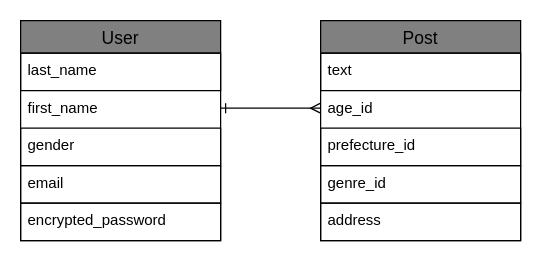
The draw.io diagram test.dio in Yurika-1016/gourmet-discovery-app-33991, before the edit. Source tidied: cells renumbered, new cells numbered last; positions are measured from the earlier drawing's top-left corner, leaving out a move shared by most shapes. Both pictures are drawn from the tidied source at 125%, with x=0, y=0 at pixel (20, 20).
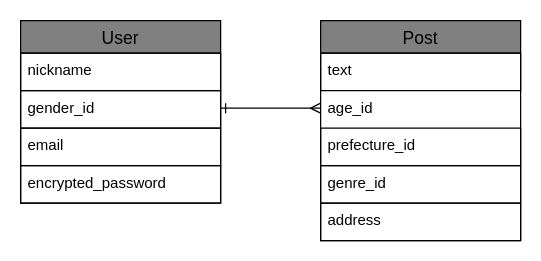
The same diagram, later.

Diff of the diagram source:
```diff
@@
 <mxGraphModel background="#ffffff">
   <root>
     <mxCell id="0" />
     <mxCell id="1" parent="0" />
     <mxCell id="2" value="User" style="swimlane;fontStyle=0;horizontal=1;startSize=26;align=center;fontSize=14;labelBackgroundColor=none;labelBorderColor=none;fontColor=#000000;rounded=0;swimlaneLine=1;strokeColor=#000000;fillColor=#808080;" parent="1" vertex="1">
-      <mxGeometry width="160" height="176" as="geometry" />
+      <mxGeometry width="160" height="146" as="geometry" />
     </mxCell>
-    <mxCell id="3" value="last_name" style="text;fillColor=none;spacingLeft=4;spacingRight=4;overflow=hidden;fontSize=12;strokeColor=#000000;fontColor=#000000;" parent="2" vertex="1">
+    <mxCell id="3" value="nickname" style="text;fillColor=none;spacingLeft=4;spacingRight=4;overflow=hidden;fontSize=12;strokeColor=#000000;fontColor=#000000;" parent="2" vertex="1">
       <mxGeometry y="26" width="160" height="30" as="geometry" />
     </mxCell>
-    <mxCell id="4" value="first_name" style="text;strokeColor=none;fillColor=none;spacingLeft=4;spacingRight=4;overflow=hidden;fontSize=12;fontColor=#000000;labelBackgroundColor=none;" parent="2" vertex="1">
-      <mxGeometry y="56" width="160" height="30" as="geometry" />
-    </mxCell>
-    <mxCell id="5" value="gender" style="text;fillColor=none;spacingLeft=4;spacingRight=4;overflow=hidden;fontSize=12;fontColor=#000000;strokeColor=#000000;" parent="2" vertex="1">
-      <mxGeometry y="86" width="160" height="30" as="geometry" />
+    <mxCell id="5" value="gender_id" style="text;fillColor=none;spacingLeft=4;spacingRight=4;overflow=hidden;fontSize=12;fontColor=#000000;strokeColor=#000000;" parent="2" vertex="1">
+      <mxGeometry y="56" width="160" height="30" as="geometry" />
     </mxCell>
     <mxCell id="6" value="email" style="text;fillColor=none;spacingLeft=4;spacingRight=4;overflow=hidden;fontSize=12;fontColor=#000000;strokeColor=#000000;" parent="2" vertex="1">
-      <mxGeometry y="116" width="160" height="30" as="geometry" />
+      <mxGeometry y="86" width="160" height="30" as="geometry" />
     </mxCell>
     <mxCell id="7" value="encrypted_password" style="text;fillColor=none;spacingLeft=4;spacingRight=4;overflow=hidden;fontSize=12;fontColor=#000000;strokeColor=#000000;" parent="2" vertex="1">
-      <mxGeometry y="146" width="160" height="30" as="geometry" />
+      <mxGeometry y="116" width="160" height="30" as="geometry" />
     </mxCell>
     <mxCell id="8" value="Post" style="swimlane;fontStyle=0;horizontal=1;startSize=26;align=center;fontSize=14;labelBackgroundColor=none;labelBorderColor=none;fontColor=#000000;rounded=0;swimlaneLine=1;strokeColor=#000000;fillColor=#808080;" parent="1" vertex="1">
       <mxGeometry x="240" width="160" height="176" as="geometry" />
     </mxCell>
     <mxCell id="9" value="text" style="text;fillColor=none;spacingLeft=4;spacingRight=4;overflow=hidden;fontSize=12;strokeColor=#000000;fontColor=#000000;" parent="8" vertex="1">
       <mxGeometry y="26" width="160" height="30" as="geometry" />
     </mxCell>
     <mxCell id="10" value="age_id" style="text;strokeColor=none;fillColor=none;spacingLeft=4;spacingRight=4;overflow=hidden;fontSize=12;fontColor=#000000;labelBackgroundColor=none;" parent="8" vertex="1">
       <mxGeometry y="56" width="160" height="30" as="geometry" />
     </mxCell>
     <mxCell id="11" value="prefecture_id" style="text;fillColor=none;spacingLeft=4;spacingRight=4;overflow=hidden;fontSize=12;fontColor=#000000;strokeColor=#000000;" parent="8" vertex="1">
       <mxGeometry y="86" width="160" height="30" as="geometry" />
     </mxCell>
     <mxCell id="12" value="genre_id" style="text;fillColor=none;spacingLeft=4;spacingRight=4;overflow=hidden;fontSize=12;fontColor=#000000;strokeColor=#000000;" parent="8" vertex="1">
       <mxGeometry y="116" width="160" height="30" as="geometry" />
     </mxCell>
     <mxCell id="13" value="address" style="text;fillColor=none;spacingLeft=4;spacingRight=4;overflow=hidden;fontSize=12;fontColor=#000000;strokeColor=#000000;" parent="8" vertex="1">
       <mxGeometry y="146" width="160" height="30" as="geometry" />
     </mxCell>
     <mxCell id="14" style="endArrow=ERmany;html=1;rounded=0;fontColor=#000000;strokeColor=#000000;startArrow=ERone;startFill=0;endFill=0;" parent="1" edge="1">
       <mxGeometry relative="1" as="geometry">
         <mxPoint x="160" y="70" as="sourcePoint" />
         <mxPoint x="240" y="70" as="targetPoint" />
       </mxGeometry>
     </mxCell>
   </root>
 </mxGraphModel>
```
